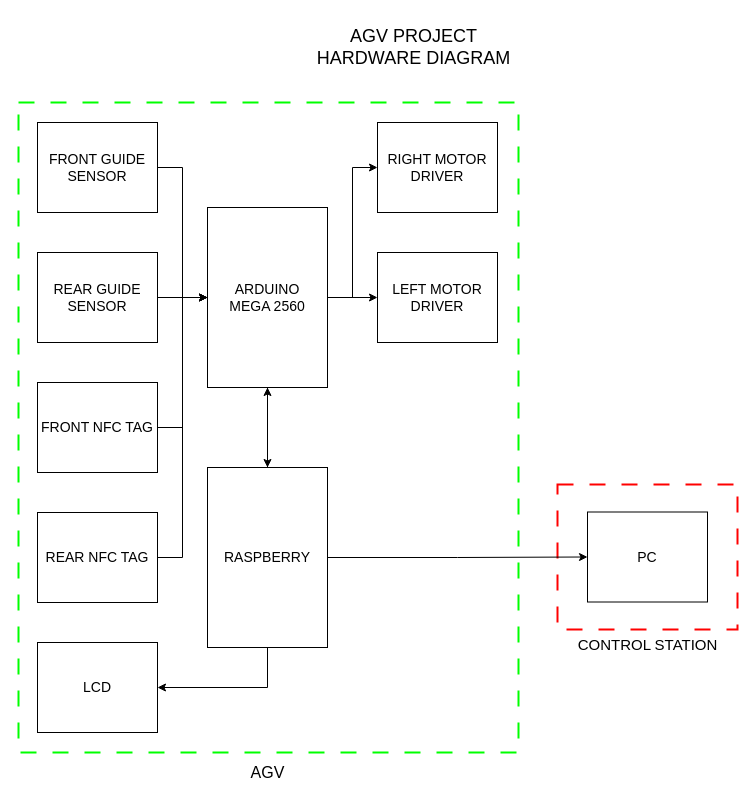
AlfonsusGiovanni/Automated-Guided-Vehicle keeps this draw.io diagram as page "LF Version" (1 of 2) of Electrical/Breakdown/AGV Hardware Diagram.drawio. Above is the earlier version. Source tidied: cells renumbered, new cells numbered last; positions are measured from the earlier drawing's top-left corner, leaving out a move shared by most shapes. Both pictures are drawn from the tidied source at 100%, with x=0, y=0 at pixel (18, 17).
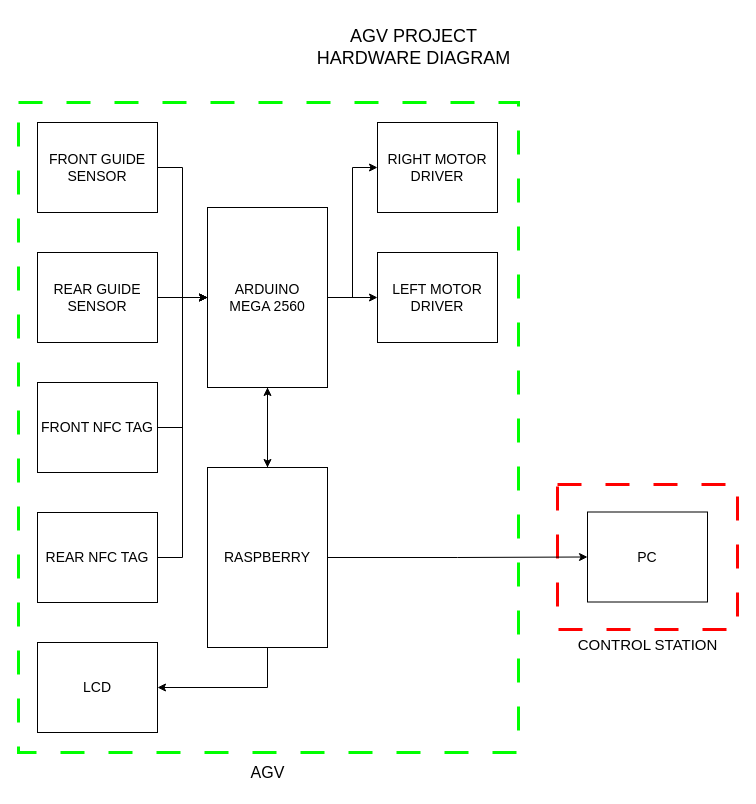
Above is the later version.

What changed in the source:
```diff
@@
-    <mxCell id="2" style="whiteSpace=wrap;html=1;fillColor=none;dashed=1;dashPattern=8 8;strokeWidth=2;strokeColor=#FF0000;" parent="1" vertex="1">
+    <mxCell id="2" style="whiteSpace=wrap;html=1;fillColor=none;dashed=1;dashPattern=8 8;strokeWidth=3;strokeColor=#FF0000;" parent="1" vertex="1">
       <mxGeometry x="539" y="467" width="180" height="145" as="geometry" />
     </mxCell>
-    <mxCell id="3" style="whiteSpace=wrap;html=1;fillColor=none;dashed=1;dashPattern=8 8;strokeWidth=2;strokeColor=#00FF00;" parent="1" vertex="1">
+    <mxCell id="3" style="whiteSpace=wrap;html=1;fillColor=none;dashed=1;dashPattern=8 8;strokeWidth=3;strokeColor=#00FF00;" parent="1" vertex="1">
       <mxGeometry y="85" width="500" height="650" as="geometry" />
     </mxCell>
```
